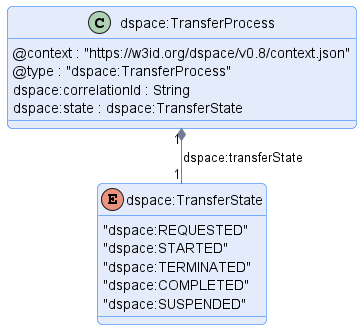
Before: transfer/message/diagram/transfer-process.png, a diagram exported from PlantUML (International-Data-Spaces-Association/ids-specification).
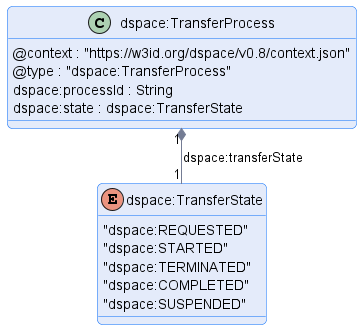
The same file after the commit.

Diff of the diagram source:
```diff
@@ -9,7 +9,7 @@
 class "dspace:TransferProcess" {
     @context : "https://w3id.org/dspace/v0.8/context.json"
     @type : "dspace:TransferProcess"
-    dspace:correlationId : String
+    dspace:processId : String
     dspace:state : dspace:TransferState
 }
 
```
